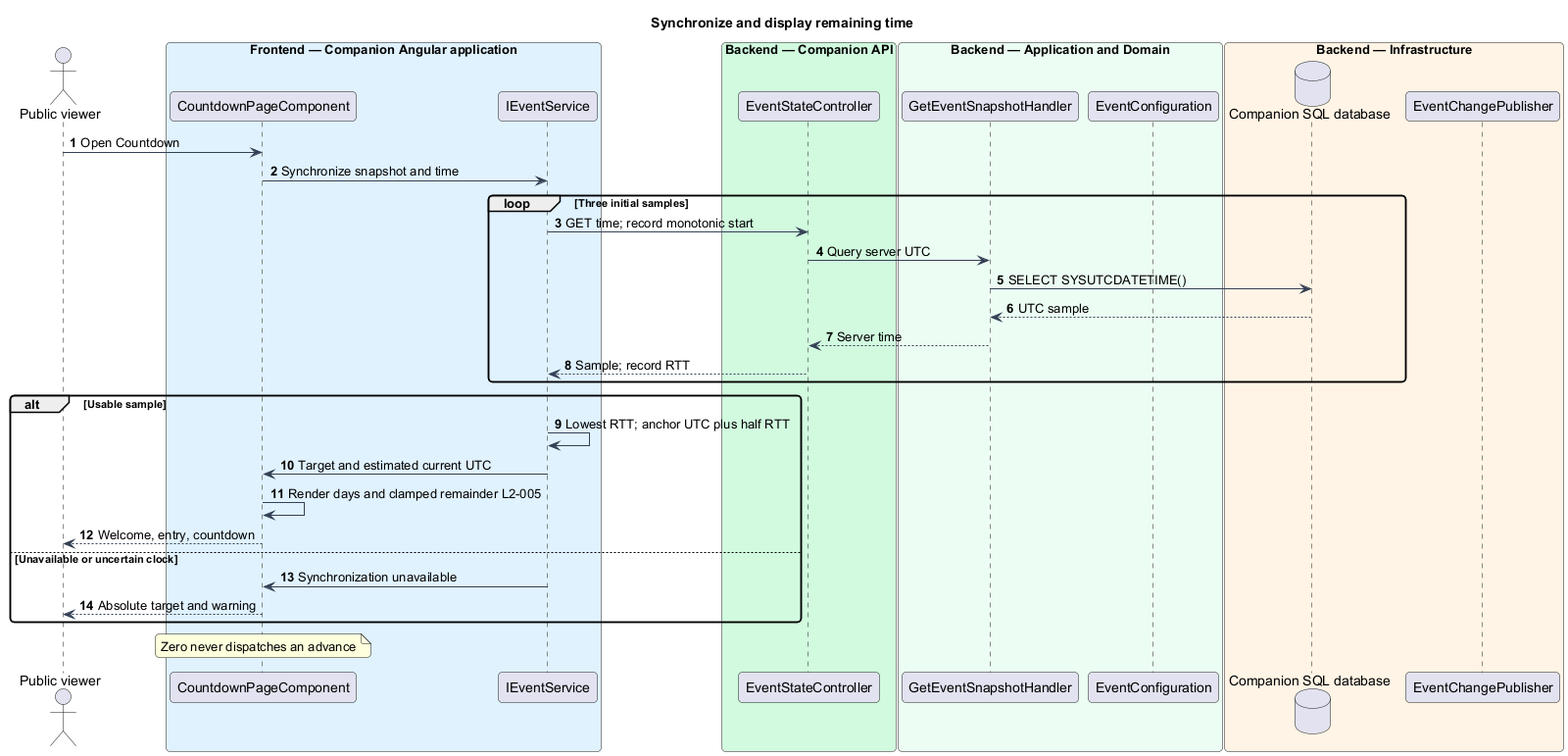
Above: docs/detailed-designs/event-flow/display-countdown/diagrams/sequence-clock.png in QuinntyneBrown/faithtech-toronto-ai-build-event (PlantUML), before the change. Its diagram source:
```plantuml
@startuml
skinparam backgroundColor #FFFFFF
skinparam shadowing false
skinparam defaultFontName Arial
skinparam ArrowColor #344054
skinparam roundcorner 8
autonumber
title Synchronize and display remaining time
actor "Public viewer" as actor
box "Frontend — Companion Angular application" #E0F2FE
participant "CountdownPageComponent" as page
participant "IEventService" as client
end box
box "Backend — Companion API" #D1FADF
participant "EventStateController" as controller
end box
box "Backend — Application and Domain" #ECFDF3
participant "GetEventSnapshotHandler" as handler
participant "EventConfiguration" as entity
end box
box "Backend — Infrastructure" #FFF4E5
database "Companion SQL database" as db
participant "EventChangePublisher" as push
end box
actor -> page : Open Countdown
page -> client : Synchronize snapshot and time
loop Three initial samples
 client -> controller : GET time; record monotonic start
 controller -> handler : Query server UTC
 handler -> db : SELECT SYSUTCDATETIME()
 db --> handler : UTC sample
 handler --> controller : Server time
 controller --> client : Sample; record RTT
end
alt Usable sample
 client -> client : Lowest RTT; anchor UTC plus half RTT
 client -> page : Target and estimated current UTC
 page -> page : Render days and clamped remainder L2-005
 page --> actor : Welcome, entry, countdown
else Unavailable or uncertain clock
 client -> page : Synchronization unavailable
 page --> actor : Absolute target and warning
end
note over page : Zero never dispatches an advance
@enduml
```
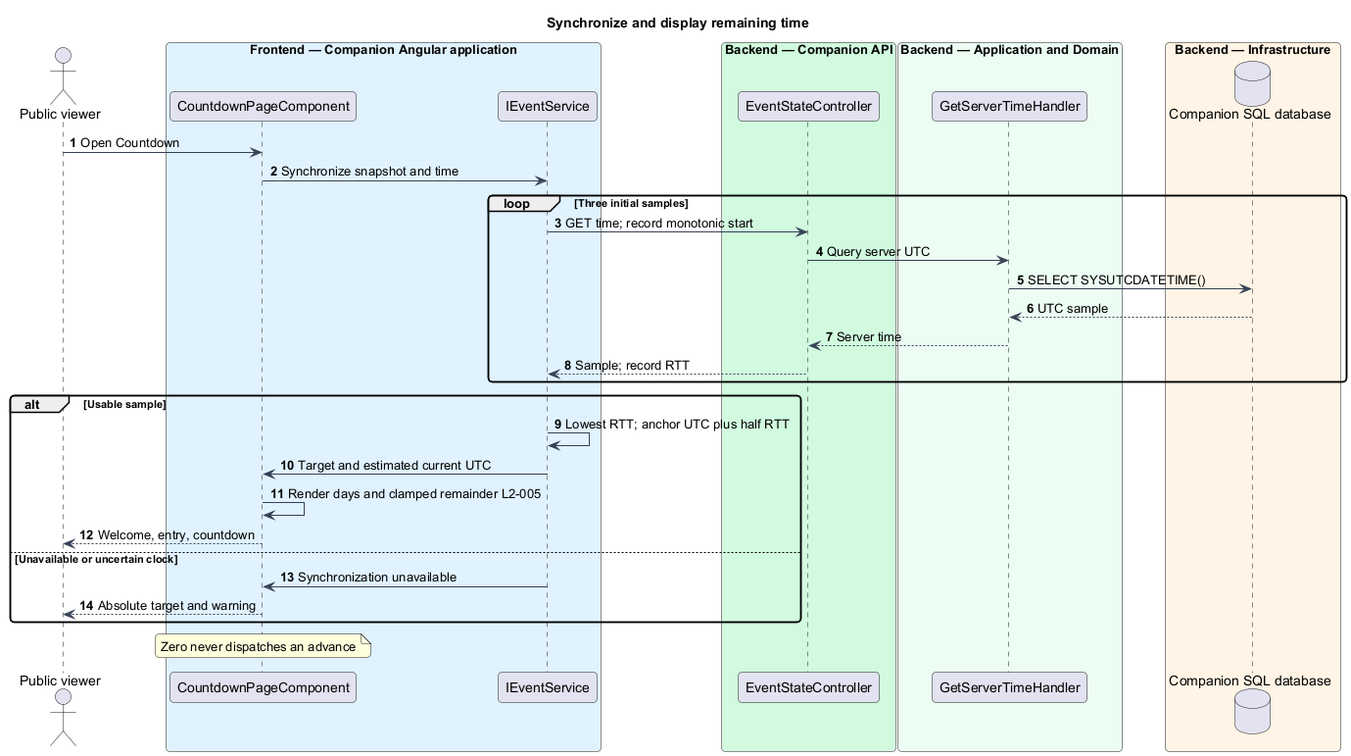
Later version of the same file.

What changed in the source:
```diff
@@ -15,12 +15,10 @@
 participant "EventStateController" as controller
 end box
 box "Backend — Application and Domain" #ECFDF3
-participant "GetEventSnapshotHandler" as handler
-participant "EventConfiguration" as entity
+participant "GetServerTimeHandler" as handler
 end box
 box "Backend — Infrastructure" #FFF4E5
 database "Companion SQL database" as db
-participant "EventChangePublisher" as push
 end box
 actor -> page : Open Countdown
 page -> client : Synchronize snapshot and time
```
